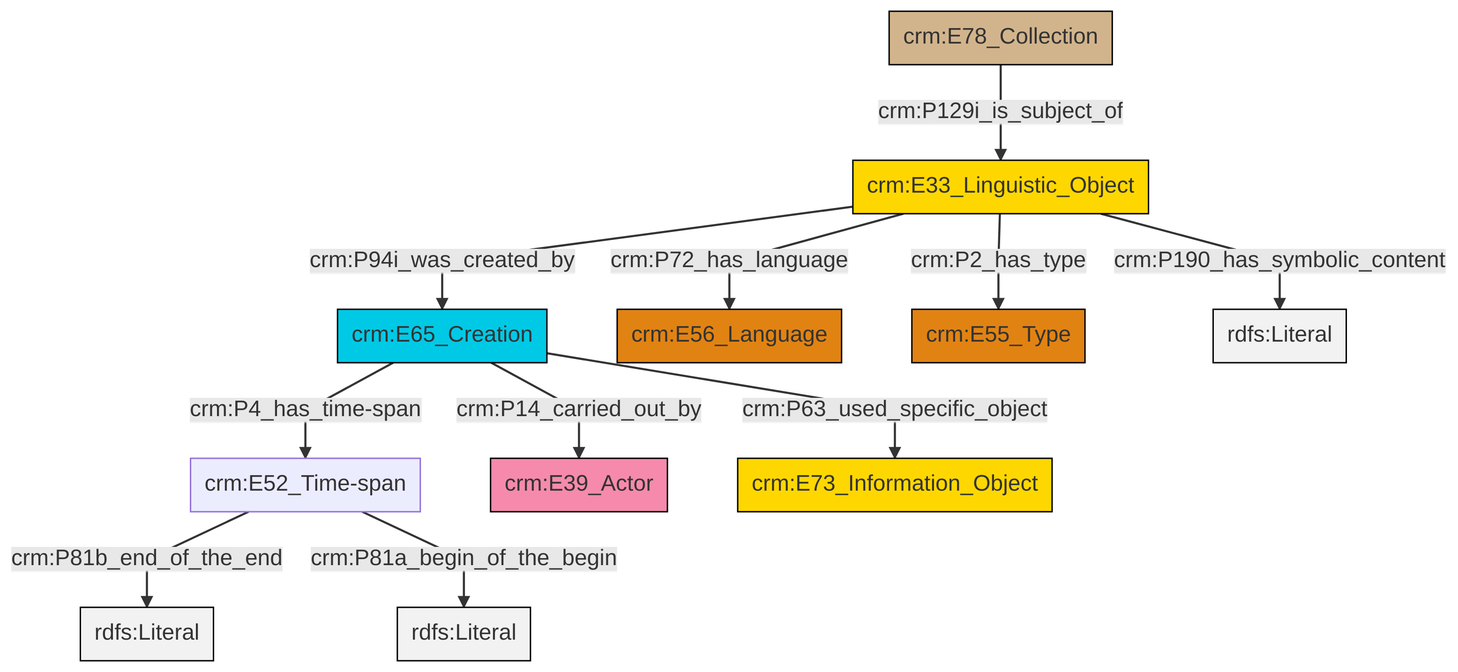
Before: et/archivalCSV/ttl/mmd/png/archival_desc.png, a diagram exported from Mermaid (swiss-art-research-net/docs.swissartresearch). Its source is kept beside it as et/archivalCSV/ttl/mmd/archival_desc.ttl.mmd.
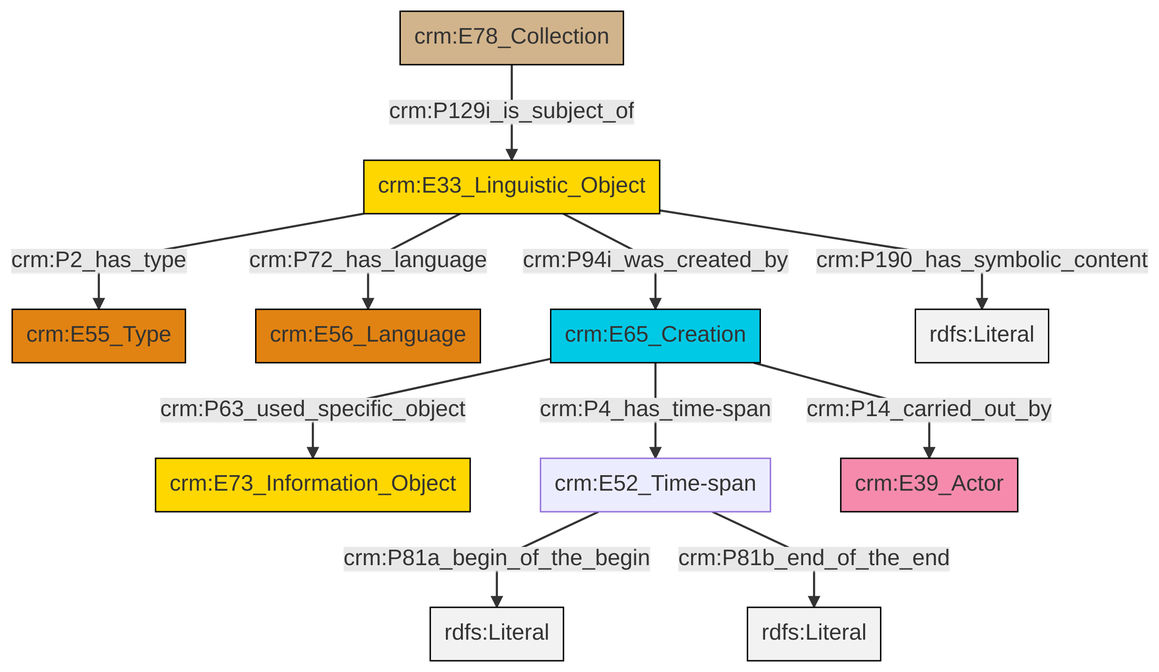
After the commit.

The edit, as a diff of the source:
```diff
@@ -13,13 +13,13 @@
 classDef PC_Classes fill:#4ce600, stroke:#000000;
 classDef Multi fill:#cccccc,stroke:#000000;
 
-0["crm:E52_Time-span"]:::Default -->|crm:P81b_end_of_the_end| 4[rdfs:Literal]:::Literal
-9["crm:E78_Collection"]:::Physical_Thing -->|crm:P129i_is_subject_of| 10["crm:E33_Linguistic_Object"]:::Conceptual_Object
-10["crm:E33_Linguistic_Object"]:::Conceptual_Object -->|crm:P2_has_type| 12["crm:E55_Type"]:::Type
-2["crm:E65_Creation"]:::Temporal_Entity -->|crm:P14_carried_out_by| 5["crm:E39_Actor"]:::Actor
-2["crm:E65_Creation"]:::Temporal_Entity -->|crm:P4_has_time-span| 0["crm:E52_Time-span"]:::Default
-10["crm:E33_Linguistic_Object"]:::Conceptual_Object -->|crm:P190_has_symbolic_content| 14[rdfs:Literal]:::Literal
-10["crm:E33_Linguistic_Object"]:::Conceptual_Object -->|crm:P94i_was_created_by| 2["crm:E65_Creation"]:::Temporal_Entity
-2["crm:E65_Creation"]:::Temporal_Entity -->|crm:P63_used_specific_object| 15["crm:E73_Information_Object"]:::Conceptual_Object
-10["crm:E33_Linguistic_Object"]:::Conceptual_Object -->|crm:P72_has_language| 7["crm:E56_Language"]:::Type
-0["crm:E52_Time-span"]:::Default -->|crm:P81a_begin_of_the_begin| 18[rdfs:Literal]:::Literal
+0["crm:E33_Linguistic_Object"]:::Conceptual_Object -->|crm:P2_has_type| 1["crm:E55_Type"]:::Type
+6["crm:E52_Time-span"]:::Default -->|crm:P81a_begin_of_the_begin| 7[rdfs:Literal]:::Literal
+8["crm:E65_Creation"]:::Temporal_Entity -->|crm:P4_has_time-span| 6["crm:E52_Time-span"]:::Default
+8["crm:E65_Creation"]:::Temporal_Entity -->|crm:P63_used_specific_object| 2["crm:E73_Information_Object"]:::Conceptual_Object
+8["crm:E65_Creation"]:::Temporal_Entity -->|crm:P14_carried_out_by| 10["crm:E39_Actor"]:::Actor
+11["crm:E78_Collection"]:::Physical_Thing -->|crm:P129i_is_subject_of| 0["crm:E33_Linguistic_Object"]:::Conceptual_Object
+0["crm:E33_Linguistic_Object"]:::Conceptual_Object -->|crm:P190_has_symbolic_content| 12[rdfs:Literal]:::Literal
+0["crm:E33_Linguistic_Object"]:::Conceptual_Object -->|crm:P72_has_language| 4["crm:E56_Language"]:::Type
+0["crm:E33_Linguistic_Object"]:::Conceptual_Object -->|crm:P94i_was_created_by| 8["crm:E65_Creation"]:::Temporal_Entity
+6["crm:E52_Time-span"]:::Default -->|crm:P81b_end_of_the_end| 18[rdfs:Literal]:::Literal
```
